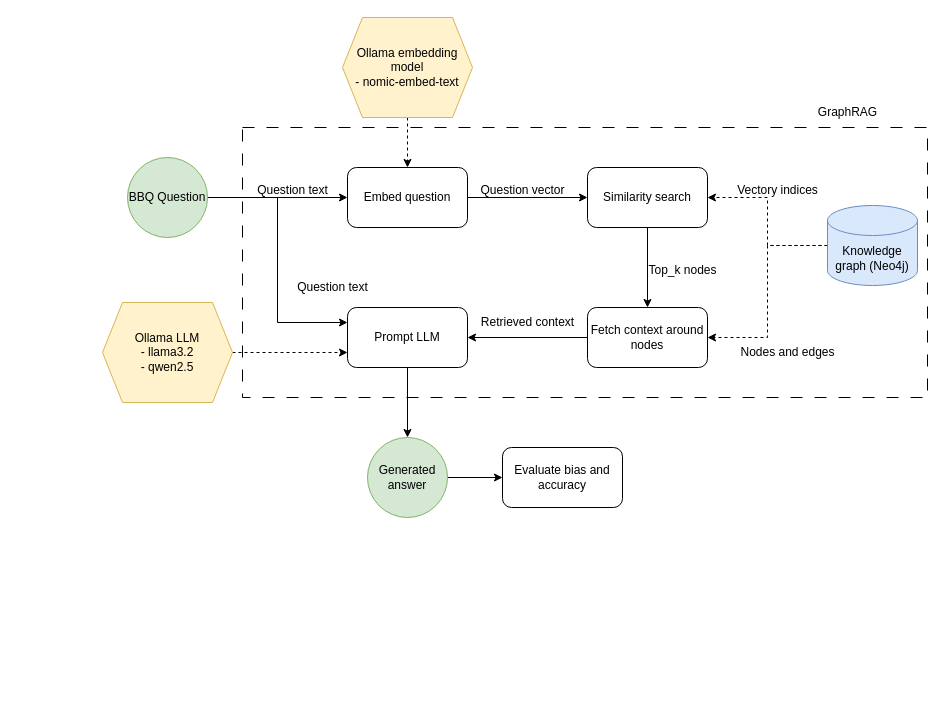
The draw.io diagram page "Basic flow" (1 of 2) of GraphRAG flow.drawio in LisaPouels/biaskg, before the edit. Source tidied: cells renumbered, new cells numbered last; positions are measured from the earlier drawing's top-left corner, leaving out a move shared by most shapes. Both pictures are drawn from the tidied source at 100%, with x=0, y=0 at pixel (102, 17).
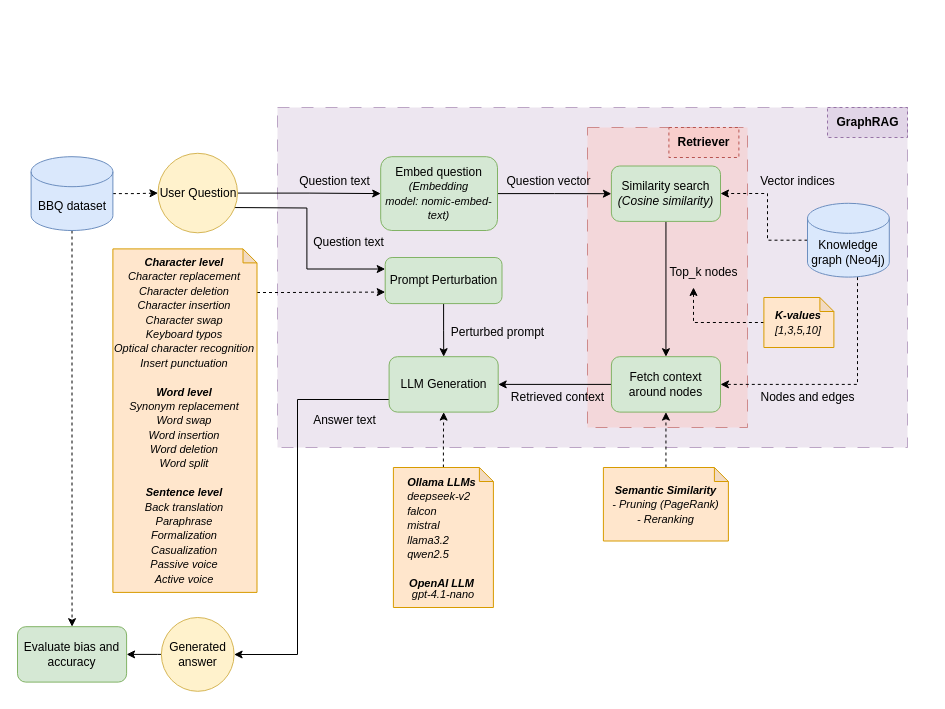
After the change.

The edit, as a diff of the source:
```diff
@@
-    <mxCell id="2" style="rounded=0;whiteSpace=wrap;html=1;fillColor=none;dashed=1;dashPattern=12 12;" parent="1" vertex="1">
-      <mxGeometry x="140" y="110" width="685" height="270" as="geometry" />
+    <mxCell id="2" style="rounded=0;whiteSpace=wrap;html=1;fillColor=#e1d5e7;fillStyle=auto;strokeColor=#9673a6;opacity=60;dashed=1;dashPattern=12 12;" parent="1" vertex="1">
+      <mxGeometry x="175" y="90" width="630" height="340" as="geometry" />
     </mxCell>
+    <mxCell id="32" style="rounded=0;whiteSpace=wrap;html=1;fillColor=#f8cecc;fillStyle=auto;strokeColor=#b85450;opacity=60;dashed=1;dashPattern=12 12;gradientColor=none;" parent="1" vertex="1">
+      <mxGeometry x="485" y="110" width="160" height="300" as="geometry" />
+    </mxCell>
@@
-    <mxCell id="4" style="edgeStyle=orthogonalEdgeStyle;rounded=0;jettySize=auto;html=1;entryX=0;entryY=0.25;entryDx=0;entryDy=0;" parent="1" edge="1" source="5" target="23">
-      <mxGeometry relative="1" as="geometry" />
-    </mxCell>
+    <mxCell id="33" style="edgeStyle=orthogonalEdgeStyle;rounded=0;jettySize=auto;html=1;entryX=0;entryY=0.25;entryDx=0;entryDy=0;" parent="1" edge="1" target="41">
+      <mxGeometry relative="1" as="geometry">
+        <mxPoint x="125" y="190" as="sourcePoint" />
+      </mxGeometry>
+    </mxCell>
-    <mxCell id="5" value="BBQ Question" style="ellipse;whiteSpace=wrap;html=1;fillColor=#d5e8d4;strokeColor=#82b366;" parent="1" vertex="1">
-      <mxGeometry x="25" y="140" width="80" height="80" as="geometry" />
+    <mxCell id="5" value="User Question" style="ellipse;whiteSpace=wrap;html=1;fillColor=#fff2cc;strokeColor=#d6b656;" parent="1" vertex="1">
+      <mxGeometry x="55.5" y="135.8" width="79.5" height="79.5" as="geometry" />
     </mxCell>
@@
-    <mxCell id="7" value="Embed question" style="rounded=1;whiteSpace=wrap;html=1;" parent="1" vertex="1">
-      <mxGeometry x="245" y="150" width="120" height="60" as="geometry" />
+    <mxCell id="7" value="Embed question&lt;div&gt;&lt;i&gt;&lt;font style=&quot;font-size: 11px;&quot;&gt;(Embedding model:&amp;nbsp;&lt;span style=&quot;background-color: transparent; color: light-dark(rgb(0, 0, 0), rgb(255, 255, 255));&quot;&gt;nomic-embed-text)&lt;/span&gt;&lt;/font&gt;&lt;/i&gt;&lt;/div&gt;" style="rounded=1;whiteSpace=wrap;html=1;fillColor=#d5e8d4;strokeColor=#82b366;" parent="1" vertex="1">
+      <mxGeometry x="278.2" y="139.2" width="116.8" height="73.8" as="geometry" />
     </mxCell>
-    <mxCell id="8" style="edgeStyle=orthogonalEdgeStyle;rounded=0;jettySize=auto;html=1;dashed=1;" parent="1" edge="1" source="9" target="7">
-      <mxGeometry relative="1" as="geometry" />
-    </mxCell>
-    <mxCell id="9" value="Ollama embedding model&lt;div&gt;- nomic-embed-text&lt;/div&gt;" style="shape=hexagon;perimeter=hexagonPerimeter2;whiteSpace=wrap;html=1;fixedSize=1;fillColor=#fff2cc;strokeColor=#d6b656;" parent="1" vertex="1">
-      <mxGeometry x="240" width="130" height="100" as="geometry" />
-    </mxCell>
@@
-    <mxCell id="11" value="Similarity search" style="whiteSpace=wrap;html=1;rounded=1;" parent="1" vertex="1">
-      <mxGeometry x="485" y="150" width="120" height="60" as="geometry" />
+    <mxCell id="11" value="Similarity search&lt;div&gt;&lt;i&gt;(Cosine similarity)&lt;/i&gt;&lt;/div&gt;" style="whiteSpace=wrap;html=1;rounded=1;fillColor=#d5e8d4;strokeColor=#82b366;" parent="1" vertex="1">
+      <mxGeometry x="508.9" y="148.5" width="109.1" height="55.4" as="geometry" />
     </mxCell>
     <mxCell id="12" value="Question text" style="text;html=1;align=center;verticalAlign=middle;strokeColor=none;fillColor=none;" parent="1" vertex="1">
-      <mxGeometry x="145" y="158" width="90" height="30" as="geometry" />
+      <mxGeometry x="187.3" y="148.5" width="90" height="30" as="geometry" />
     </mxCell>
     <mxCell id="13" value="Question vector" style="text;html=1;align=center;verticalAlign=middle;strokeColor=none;fillColor=none;" parent="1" vertex="1">
-      <mxGeometry x="365" y="158" width="110" height="30" as="geometry" />
+      <mxGeometry x="390.9" y="148.5" width="110" height="30" as="geometry" />
     </mxCell>
     <mxCell id="14" style="edgeStyle=orthogonalEdgeStyle;rounded=0;jettySize=auto;html=1;dashed=1;" parent="1" edge="1" source="16" target="11">
-      <mxGeometry relative="1" as="geometry" />
+      <mxGeometry relative="1" as="geometry">
+        <Array as="points">
+          <mxPoint x="665" y="223" />
+          <mxPoint x="665" y="176" />
+        </Array>
+      </mxGeometry>
     </mxCell>
     <mxCell id="15" style="edgeStyle=orthogonalEdgeStyle;rounded=0;jettySize=auto;html=1;entryX=1;entryY=0.5;entryDx=0;entryDy=0;dashed=1;" parent="1" edge="1" source="16" target="19">
-      <mxGeometry relative="1" as="geometry" />
+      <mxGeometry relative="1" as="geometry">
+        <Array as="points">
+          <mxPoint x="755" y="367" />
+        </Array>
+      </mxGeometry>
     </mxCell>
     <mxCell id="16" value="Knowledge graph (Neo4j)" style="shape=cylinder3;whiteSpace=wrap;html=1;boundedLbl=1;backgroundOutline=1;size=15;fillColor=#dae8fc;strokeColor=#6c8ebf;" parent="1" vertex="1">
-      <mxGeometry x="725" y="188" width="90" height="80" as="geometry" />
+      <mxGeometry x="705" y="185.8" width="81.8" height="73.8" as="geometry" />
     </mxCell>
-    <mxCell id="17" value="Vectory indices" style="text;html=1;align=center;verticalAlign=middle;strokeColor=none;fillColor=none;" parent="1" vertex="1">
-      <mxGeometry x="625" y="158" width="100" height="30" as="geometry" />
+    <mxCell id="17" value="Vector indices" style="text;html=1;align=center;verticalAlign=middle;strokeColor=none;fillColor=none;" parent="1" vertex="1">
+      <mxGeometry x="645" y="148.5" width="100" height="30" as="geometry" />
     </mxCell>
@@
-    <mxCell id="19" value="Fetch context around nodes" style="whiteSpace=wrap;html=1;rounded=1;" parent="1" vertex="1">
-      <mxGeometry x="485" y="290" width="120" height="60" as="geometry" />
+    <mxCell id="19" value="Fetch context around nodes" style="whiteSpace=wrap;html=1;rounded=1;fillColor=#d5e8d4;strokeColor=#82b366;" parent="1" vertex="1">
+      <mxGeometry x="508.9" y="339.2" width="109.1" height="55.4" as="geometry" />
     </mxCell>
     <mxCell id="20" value="Top_k nodes" style="text;html=1;align=center;verticalAlign=middle;points=[];strokeColor=none;fillColor=none;" parent="1" vertex="1">
-      <mxGeometry x="535" y="238" width="90" height="30" as="geometry" />
+      <mxGeometry x="556.4" y="240" width="90" height="30" as="geometry" />
     </mxCell>
     <mxCell id="21" value="Nodes and edges" style="text;html=1;align=center;verticalAlign=middle;strokeColor=none;fillColor=none;" parent="1" vertex="1">
-      <mxGeometry x="625" y="320" width="120" height="30" as="geometry" />
+      <mxGeometry x="645" y="364.6" width="120" height="30" as="geometry" />
     </mxCell>
     <mxCell id="22" style="edgeStyle=orthogonalEdgeStyle;rounded=0;jettySize=auto;html=1;" parent="1" edge="1" source="23" target="29">
-      <mxGeometry relative="1" as="geometry" />
+      <mxGeometry relative="1" as="geometry">
+        <Array as="points">
+          <mxPoint x="195" y="382" />
+          <mxPoint x="195" y="637" />
+        </Array>
+      </mxGeometry>
     </mxCell>
-    <mxCell id="23" value="Prompt LLM" style="whiteSpace=wrap;html=1;rounded=1;" parent="1" vertex="1">
-      <mxGeometry x="245" y="290" width="120" height="60" as="geometry" />
+    <mxCell id="23" value="LLM Generation" style="whiteSpace=wrap;html=1;rounded=1;fillColor=#d5e8d4;strokeColor=#82b366;" parent="1" vertex="1">
+      <mxGeometry x="286.6" y="339.2" width="109.1" height="55.4" as="geometry" />
     </mxCell>
     <mxCell id="24" value="Retrieved context" style="text;html=1;align=center;verticalAlign=middle;strokeColor=none;fillColor=none;" parent="1" vertex="1">
-      <mxGeometry x="365" y="290" width="120" height="30" as="geometry" />
+      <mxGeometry x="395" y="364.6" width="120" height="30" as="geometry" />
     </mxCell>
-    <mxCell id="25" style="edgeStyle=orthogonalEdgeStyle;rounded=0;jettySize=auto;html=1;entryX=0;entryY=0.75;entryDx=0;entryDy=0;dashed=1;" parent="1" edge="1" source="26" target="23">
-      <mxGeometry relative="1" as="geometry" />
-    </mxCell>
-    <mxCell id="26" value="Ollama LLM&lt;div&gt;- llama3.2&lt;/div&gt;&lt;div&gt;- qwen2.5&lt;/div&gt;" style="shape=hexagon;perimeter=hexagonPerimeter2;whiteSpace=wrap;html=1;fixedSize=1;fillColor=#fff2cc;strokeColor=#d6b656;" parent="1" vertex="1">
-      <mxGeometry y="285" width="130" height="100" as="geometry" />
-    </mxCell>
     <mxCell id="27" value="Question text" style="text;html=1;align=center;verticalAlign=middle;strokeColor=none;fillColor=none;" parent="1" vertex="1">
-      <mxGeometry x="185" y="255" width="90" height="30" as="geometry" />
+      <mxGeometry x="200.9" y="210" width="90" height="30" as="geometry" />
     </mxCell>
-    <mxCell id="28" style="edgeStyle=orthogonalEdgeStyle;rounded=0;jettySize=auto;html=1;" parent="1" edge="1" source="29" target="30">
-      <mxGeometry relative="1" as="geometry" />
+    <mxCell id="28" style="edgeStyle=orthogonalEdgeStyle;rounded=0;jettySize=auto;html=1;entryX=1;entryY=0.5;entryDx=0;entryDy=0;" parent="1" edge="1" source="29" target="30">
+      <mxGeometry relative="1" as="geometry">
+        <Array as="points">
+          <mxPoint x="55" y="637" />
+          <mxPoint x="55" y="637" />
+        </Array>
+      </mxGeometry>
     </mxCell>
-    <mxCell id="29" value="Generated answer" style="ellipse;whiteSpace=wrap;html=1;rounded=1;fillColor=#d5e8d4;strokeColor=#82b366;" parent="1" vertex="1">
-      <mxGeometry x="265" y="420" width="80" height="80" as="geometry" />
+    <mxCell id="29" value="Generated answer" style="ellipse;whiteSpace=wrap;html=1;rounded=1;fillColor=#fff2cc;strokeColor=#d6b656;" parent="1" vertex="1">
+      <mxGeometry x="58.9" y="600" width="72.7" height="73.8" as="geometry" />
     </mxCell>
-    <mxCell id="30" value="Evaluate bias and accuracy" style="whiteSpace=wrap;html=1;rounded=1;" parent="1" vertex="1">
-      <mxGeometry x="400" y="430" width="120" height="60" as="geometry" />
+    <mxCell id="30" value="Evaluate bias and accuracy" style="whiteSpace=wrap;html=1;rounded=1;fillColor=#d5e8d4;strokeColor=#82b366;" parent="1" vertex="1">
+      <mxGeometry x="-85" y="609.2" width="109.1" height="55.4" as="geometry" />
     </mxCell>
-    <mxCell id="31" value="GraphRAG" style="text;html=1;align=center;verticalAlign=middle;strokeColor=none;fillColor=none;" parent="1" vertex="1">
-      <mxGeometry x="705" y="80" width="80" height="30" as="geometry" />
+    <mxCell id="31" value="GraphRAG" style="text;html=1;align=center;verticalAlign=middle;strokeColor=#9673a6;fillColor=#e1d5e7;fontStyle=1;dashed=1;" parent="1" vertex="1">
+      <mxGeometry x="725" y="90" width="80" height="30" as="geometry" />
     </mxCell>
+    <mxCell id="34" style="edgeStyle=orthogonalEdgeStyle;rounded=0;jettySize=auto;html=1;dashed=1;" parent="1" edge="1" source="36" target="5">
+      <mxGeometry relative="1" as="geometry" />
+    </mxCell>
+    <mxCell id="35" style="edgeStyle=orthogonalEdgeStyle;rounded=0;jettySize=auto;html=1;exitX=0.5;exitY=1;exitDx=0;exitDy=0;exitPerimeter=0;entryX=0.5;entryY=0;entryDx=0;entryDy=0;dashed=1;" parent="1" edge="1" source="36" target="30">
+      <mxGeometry relative="1" as="geometry" />
+    </mxCell>
+    <mxCell id="36" value="BBQ dataset" style="shape=cylinder3;whiteSpace=wrap;html=1;boundedLbl=1;backgroundOutline=1;size=15;fillColor=#dae8fc;strokeColor=#6c8ebf;" parent="1" vertex="1">
+      <mxGeometry x="-71.4" y="139.2" width="81.8" height="73.8" as="geometry" />
+    </mxCell>
+    <mxCell id="37" style="edgeStyle=orthogonalEdgeStyle;rounded=0;jettySize=auto;html=1;dashed=1;" parent="1" edge="1" source="38" target="23">
+      <mxGeometry relative="1" as="geometry" />
+    </mxCell>
+    <mxCell id="38" value="&lt;div&gt;&lt;b&gt;&lt;i&gt;&lt;font style=&quot;font-size: 11px; line-height: 9.9px;&quot;&gt;Ollama LLMs&amp;nbsp;&lt;/font&gt;&lt;/i&gt;&lt;/b&gt;&lt;/div&gt;&lt;div style=&quot;text-align: left;&quot;&gt;&lt;i style=&quot;background-color: transparent; color: light-dark(rgb(0, 0, 0), rgb(255, 255, 255));&quot;&gt;&lt;font style=&quot;font-size: 11px; line-height: 9.9px;&quot;&gt;deepseek-v2&lt;/font&gt;&lt;/i&gt;&lt;/div&gt;&lt;div style=&quot;text-align: left;&quot;&gt;&lt;i style=&quot;background-color: transparent; color: light-dark(rgb(0, 0, 0), rgb(255, 255, 255));&quot;&gt;&lt;font style=&quot;font-size: 11px; line-height: 9.9px;&quot;&gt;falcon&lt;/font&gt;&lt;/i&gt;&lt;/div&gt;&lt;div style=&quot;text-align: left;&quot;&gt;&lt;i style=&quot;background-color: transparent; color: light-dark(rgb(0, 0, 0), rgb(255, 255, 255));&quot;&gt;&lt;font style=&quot;font-size: 11px; line-height: 9.9px;&quot;&gt;mistral&lt;/font&gt;&lt;/i&gt;&lt;/div&gt;&lt;div style=&quot;text-align: left;&quot;&gt;&lt;i style=&quot;background-color: transparent; color: light-dark(rgb(0, 0, 0), rgb(255, 255, 255));&quot;&gt;&lt;font style=&quot;font-size: 11px; line-height: 9.9px;&quot;&gt;llama3.2&lt;/font&gt;&lt;/i&gt;&lt;/div&gt;&lt;div&gt;&lt;div style=&quot;text-align: left;&quot;&gt;&lt;i style=&quot;background-color: transparent; color: light-dark(rgb(0, 0, 0), rgb(255, 255, 255));&quot;&gt;&lt;font style=&quot;font-size: 11px; line-height: 9.9px;&quot;&gt;qwen2.5&lt;/font&gt;&lt;/i&gt;&lt;/div&gt;&lt;div style=&quot;text-align: left;&quot;&gt;&lt;i style=&quot;background-color: transparent; color: light-dark(rgb(0, 0, 0), rgb(255, 255, 255));&quot;&gt;&lt;font style=&quot;font-size: 11px; line-height: 8.8px;&quot;&gt;&lt;br&gt;&lt;/font&gt;&lt;/i&gt;&lt;/div&gt;&lt;div&gt;&lt;i&gt;&lt;font style=&quot;font-size: 11px; line-height: 9.9px;&quot;&gt;&lt;b&gt;OpenAI LLM&amp;nbsp;&lt;br&gt;&lt;/b&gt;&lt;div style=&quot;font-weight: bold;&quot;&gt;&lt;span style=&quot;background-color: transparent; color: light-dark(rgb(0, 0, 0), rgb(255, 255, 255)); text-align: left; font-weight: normal;&quot;&gt;gpt-4.1-nano&lt;/span&gt;&lt;/div&gt;&lt;/font&gt;&lt;/i&gt;&lt;/div&gt;&lt;/div&gt;" style="shape=note;whiteSpace=wrap;html=1;backgroundOutline=1;darkOpacity=0.05;size=14;fillColor=#ffe6cc;strokeColor=#d79b00;" parent="1" vertex="1">
+      <mxGeometry x="290.9" y="450" width="100" height="140" as="geometry" />
+    </mxCell>
+    <mxCell id="39" value="Retriever" style="text;html=1;align=center;verticalAlign=middle;strokeColor=#b85450;fillColor=#f8cecc;fontStyle=1;dashed=1;" parent="1" vertex="1">
+      <mxGeometry x="566.4" y="110" width="70" height="30" as="geometry" />
+    </mxCell>
+    <mxCell id="40" style="edgeStyle=orthogonalEdgeStyle;rounded=0;jettySize=auto;html=1;exitX=0.5;exitY=1;exitDx=0;exitDy=0;" parent="1" edge="1" source="41" target="23">
+      <mxGeometry relative="1" as="geometry" />
+    </mxCell>
+    <mxCell id="41" value="&lt;font&gt;Prompt Perturbation&lt;/font&gt;" style="rounded=1;whiteSpace=wrap;html=1;fillColor=#d5e8d4;strokeColor=#82b366;" parent="1" vertex="1">
+      <mxGeometry x="282.7" y="240" width="116.8" height="46.1" as="geometry" />
+    </mxCell>
+    <mxCell id="42" value="Perturbed prompt" style="text;html=1;align=center;verticalAlign=middle;strokeColor=none;fillColor=none;" parent="1" vertex="1">
+      <mxGeometry x="335" y="300" width="120" height="30" as="geometry" />
+    </mxCell>
+    <mxCell id="43" value="Answer text" style="text;html=1;align=center;verticalAlign=middle;strokeColor=none;fillColor=none;" parent="1" vertex="1">
+      <mxGeometry x="197.3" y="388.1" width="90" height="30" as="geometry" />
+    </mxCell>
+    <mxCell id="44" style="edgeStyle=orthogonalEdgeStyle;rounded=0;jettySize=auto;html=1;entryX=0.5;entryY=1;entryDx=0;entryDy=0;dashed=1;" parent="1" edge="1" source="45" target="19">
+      <mxGeometry relative="1" as="geometry" />
+    </mxCell>
+    <mxCell id="45" value="&lt;span style=&quot;font-size: 11px;&quot;&gt;&lt;b&gt;&lt;i&gt;Semantic Similarity&lt;/i&gt;&lt;/b&gt;&lt;/span&gt;&lt;div&gt;&lt;span style=&quot;font-size: 11px;&quot;&gt;&lt;i style=&quot;&quot;&gt;- Pruning (PageRank)&lt;/i&gt;&lt;/span&gt;&lt;/div&gt;&lt;div&gt;&lt;span style=&quot;font-size: 11px;&quot;&gt;&lt;i style=&quot;&quot;&gt;- Reranking&lt;/i&gt;&lt;/span&gt;&lt;/div&gt;" style="shape=note;whiteSpace=wrap;html=1;backgroundOutline=1;darkOpacity=0.05;size=14;fillColor=#ffe6cc;strokeColor=#d79b00;" parent="1" vertex="1">
+      <mxGeometry x="500.9" y="450" width="125" height="73.5" as="geometry" />
+    </mxCell>
+    <mxCell id="46" style="edgeStyle=orthogonalEdgeStyle;rounded=0;jettySize=auto;html=1;entryX=0;entryY=0.75;entryDx=0;entryDy=0;dashed=1;" parent="1" edge="1" source="47" target="41">
+      <mxGeometry relative="1" as="geometry">
+        <Array as="points">
+          <mxPoint x="185" y="275" />
+          <mxPoint x="185" y="275" />
+        </Array>
+      </mxGeometry>
+    </mxCell>
+    <mxCell id="47" value="&lt;span style=&quot;font-size: 11px;&quot;&gt;&lt;b&gt;&lt;i&gt;Character level&lt;/i&gt;&lt;/b&gt;&lt;/span&gt;&lt;div&gt;&lt;span style=&quot;font-size: 11px;&quot;&gt;&lt;i&gt;Character replacement&lt;/i&gt;&lt;/span&gt;&lt;/div&gt;&lt;div&gt;&lt;span style=&quot;font-size: 11px;&quot;&gt;&lt;i&gt;Character deletion&lt;br&gt;Character insertion&lt;/i&gt;&lt;/span&gt;&lt;/div&gt;&lt;div&gt;&lt;span style=&quot;font-size: 11px;&quot;&gt;&lt;i&gt;Character swap&lt;/i&gt;&lt;/span&gt;&lt;/div&gt;&lt;div&gt;&lt;span style=&quot;font-size: 11px;&quot;&gt;&lt;i&gt;Keyboard typos&lt;/i&gt;&lt;/span&gt;&lt;/div&gt;&lt;div&gt;&lt;span style=&quot;font-size: 11px;&quot;&gt;&lt;i&gt;Optical character recognition&lt;/i&gt;&lt;/span&gt;&lt;/div&gt;&lt;div&gt;&lt;i style=&quot;background-color: transparent; color: light-dark(rgb(0, 0, 0), rgb(255, 255, 255)); font-size: 11px;&quot;&gt;Insert punctuation&lt;/i&gt;&lt;/div&gt;&lt;div&gt;&lt;span style=&quot;font-size: 11px;&quot;&gt;&lt;i&gt;&lt;br&gt;&lt;/i&gt;&lt;/span&gt;&lt;/div&gt;&lt;div&gt;&lt;span style=&quot;font-size: 11px;&quot;&gt;&lt;b&gt;&lt;i&gt;Word level&lt;/i&gt;&lt;/b&gt;&lt;/span&gt;&lt;/div&gt;&lt;div&gt;&lt;span style=&quot;font-size: 11px;&quot;&gt;&lt;i&gt;Synonym replacement&lt;/i&gt;&lt;/span&gt;&lt;/div&gt;&lt;div&gt;&lt;span style=&quot;font-size: 11px;&quot;&gt;&lt;i&gt;Word swap&lt;/i&gt;&lt;/span&gt;&lt;/div&gt;&lt;div&gt;&lt;span style=&quot;font-size: 11px;&quot;&gt;&lt;i&gt;Word insertion&lt;/i&gt;&lt;/span&gt;&lt;/div&gt;&lt;div&gt;&lt;span style=&quot;font-size: 11px;&quot;&gt;&lt;i&gt;Word deletion&lt;/i&gt;&lt;/span&gt;&lt;/div&gt;&lt;div&gt;&lt;span style=&quot;font-size: 11px;&quot;&gt;&lt;i&gt;Word split&lt;/i&gt;&lt;/span&gt;&lt;/div&gt;&lt;div&gt;&lt;br&gt;&lt;/div&gt;&lt;div&gt;&lt;span style=&quot;font-size: 11px;&quot;&gt;&lt;b&gt;&lt;i&gt;Sentence level&lt;/i&gt;&lt;/b&gt;&lt;/span&gt;&lt;/div&gt;&lt;div&gt;&lt;span style=&quot;font-size: 11px;&quot;&gt;&lt;i&gt;Back translation&lt;/i&gt;&lt;/span&gt;&lt;/div&gt;&lt;div&gt;&lt;span style=&quot;font-size: 11px;&quot;&gt;&lt;i&gt;Paraphrase&lt;/i&gt;&lt;/span&gt;&lt;/div&gt;&lt;div&gt;&lt;span style=&quot;font-size: 11px;&quot;&gt;&lt;i&gt;Formalization&lt;/i&gt;&lt;/span&gt;&lt;/div&gt;&lt;div&gt;&lt;span style=&quot;font-size: 11px;&quot;&gt;&lt;i&gt;Casualization&lt;/i&gt;&lt;/span&gt;&lt;/div&gt;&lt;div&gt;&lt;span style=&quot;font-size: 11px;&quot;&gt;&lt;i&gt;Passive voice&lt;/i&gt;&lt;/span&gt;&lt;/div&gt;&lt;div&gt;&lt;span style=&quot;font-size: 11px;&quot;&gt;&lt;i&gt;Active voice&lt;/i&gt;&lt;/span&gt;&lt;/div&gt;" style="shape=note;whiteSpace=wrap;html=1;backgroundOutline=1;darkOpacity=0.05;size=14;fillColor=#ffe6cc;strokeColor=#d79b00;" parent="1" vertex="1">
+      <mxGeometry x="10.4" y="231.4" width="144.1" height="343.5" as="geometry" />
+    </mxCell>
+    <mxCell id="48" style="edgeStyle=orthogonalEdgeStyle;rounded=0;jettySize=auto;html=1;dashed=1;exitX=0;exitY=0.5;exitDx=0;exitDy=0;exitPerimeter=0;" parent="1" edge="1" source="49" target="20">
+      <mxGeometry relative="1" as="geometry">
+        <Array as="points">
+          <mxPoint x="591" y="305" />
+        </Array>
+      </mxGeometry>
+    </mxCell>
+    <mxCell id="49" value="&lt;span style=&quot;font-size: 11px;&quot;&gt;&lt;b&gt;&lt;i&gt;K-values&lt;/i&gt;&lt;/b&gt;&lt;/span&gt;&lt;div&gt;&lt;span style=&quot;font-size: 11px;&quot;&gt;&lt;i&gt;[1,3,5,10]&lt;/i&gt;&lt;/span&gt;&lt;/div&gt;" style="shape=note;whiteSpace=wrap;html=1;backgroundOutline=1;darkOpacity=0.05;size=14;fillColor=#ffe6cc;strokeColor=#d79b00;" parent="1" vertex="1">
+      <mxGeometry x="661.4" y="280" width="70" height="50" as="geometry" />
+    </mxCell>
```
